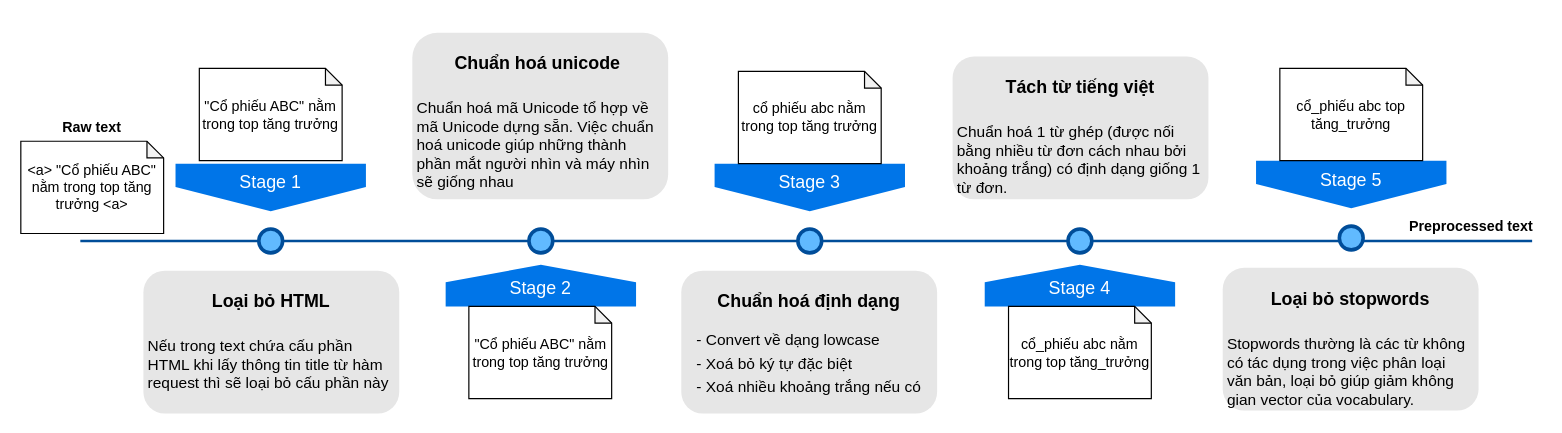
datkt1998/Text-Classification-of-News-Articles keeps this draw.io diagram as outputs/reports/Data preprocessing workflow.drawio. Above is the earlier version. Source tidied: cells renumbered, new cells numbered last; positions are measured from the earlier drawing's top-left corner, leaving out a move shared by most shapes. Both pictures are drawn from the tidied source at 119%, with x=0, y=0 at pixel (20, 32).
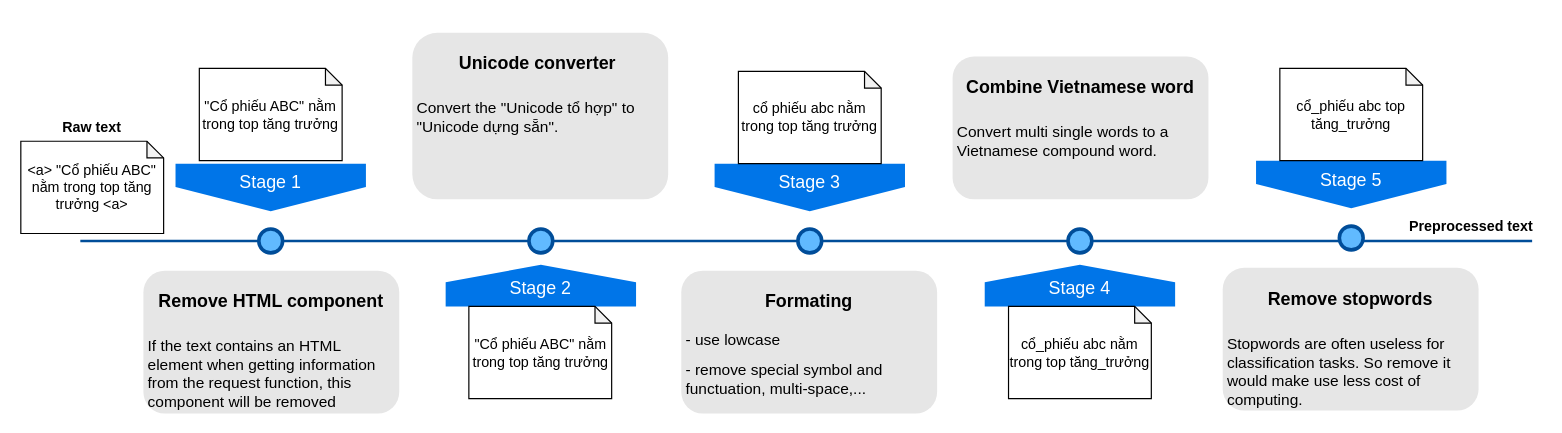
Above is the later version.

The edit, as a diff of the source:
```diff
@@
-    <mxCell id="11" value="&lt;h1&gt;&lt;font style=&quot;font-size: 15px;&quot;&gt;Loại bỏ HTML&lt;/font&gt;&lt;/h1&gt;&lt;p style=&quot;text-align: left;&quot;&gt;Nếu trong text chứa cấu phần HTML khi lấy thông tin title từ hàm request thì sẽ loại bỏ cấu phần này&lt;/p&gt;" style="text;html=1;spacing=5;spacingTop=-20;whiteSpace=wrap;overflow=hidden;strokeColor=none;strokeWidth=3;fillColor=#E6E6E6;fontSize=13;fontColor=#000000;align=center;rounded=1;" parent="1" vertex="1">
+    <mxCell id="11" value="&lt;h1&gt;&lt;font style=&quot;font-size: 15px;&quot;&gt;Remove HTML component&lt;/font&gt;&lt;/h1&gt;&lt;p style=&quot;text-align: left;&quot;&gt;If the text contains an HTML element when getting information from the request function, this component will be removed&lt;br&gt;&lt;/p&gt;" style="text;html=1;spacing=5;spacingTop=-20;whiteSpace=wrap;overflow=hidden;strokeColor=none;strokeWidth=3;fillColor=#E6E6E6;fontSize=13;fontColor=#000000;align=center;rounded=1;" parent="1" vertex="1">
       <mxGeometry x="103" y="200" width="215" height="120" as="geometry" />
     </mxCell>
-    <mxCell id="12" value="&lt;h1&gt;&lt;font style=&quot;font-size: 15px;&quot;&gt;Chuẩn hoá unicode&amp;nbsp;&lt;/font&gt;&lt;/h1&gt;&lt;p style=&quot;text-align: left;&quot;&gt;Chuẩn hoá mã Unicode tổ hợp về mã Unicode dựng sẵn. Việc chuẩn hoá unicode giúp những thành phần mắt người nhìn và máy nhìn sẽ giống nhau&amp;nbsp;&lt;/p&gt;" style="text;html=1;spacing=5;spacingTop=-20;whiteSpace=wrap;overflow=hidden;strokeColor=none;strokeWidth=3;fillColor=#E6E6E6;fontSize=13;fontColor=#000000;align=center;rounded=1;" parent="1" vertex="1">
+    <mxCell id="12" value="&lt;h1&gt;&lt;font style=&quot;font-size: 15px;&quot;&gt;Unicode converter&amp;nbsp;&lt;/font&gt;&lt;/h1&gt;&lt;p style=&quot;text-align: left;&quot;&gt;Convert the &quot;Unicode tổ hợp&quot; to &quot;Unicode dựng sẵn&quot;.&lt;/p&gt;" style="text;html=1;spacing=5;spacingTop=-20;whiteSpace=wrap;overflow=hidden;strokeColor=none;strokeWidth=3;fillColor=#E6E6E6;fontSize=13;fontColor=#000000;align=center;rounded=1;" parent="1" vertex="1">
       <mxGeometry x="329" width="215" height="140" as="geometry" />
     </mxCell>
-    <mxCell id="13" value="&lt;h1&gt;&lt;font style=&quot;font-size: 15px;&quot;&gt;Chuẩn hoá định dạng&lt;/font&gt;&lt;/h1&gt;&lt;p style=&quot;text-align: left; line-height: 50%;&quot;&gt;- Convert về dạng lowcase&lt;/p&gt;&lt;p style=&quot;text-align: left; line-height: 50%;&quot;&gt;- Xoá bỏ ký tự đặc biệt&lt;/p&gt;&lt;p style=&quot;text-align: left; line-height: 50%;&quot;&gt;- Xoá nhiều khoảng trắng nếu có&lt;/p&gt;" style="text;html=1;spacing=5;spacingTop=-20;whiteSpace=wrap;overflow=hidden;strokeColor=none;strokeWidth=3;fillColor=#E6E6E6;fontSize=13;fontColor=#000000;align=center;rounded=1;" parent="1" vertex="1">
+    <mxCell id="13" value="&lt;h1&gt;&lt;font style=&quot;font-size: 15px;&quot;&gt;Formating&lt;/font&gt;&lt;/h1&gt;&lt;p style=&quot;text-align: left; line-height: 50%;&quot;&gt;- use lowcase&lt;/p&gt;&lt;p style=&quot;text-align: left; line-height: 130%;&quot;&gt;- remove special symbol and functuation, multi-space,...&lt;/p&gt;" style="text;html=1;spacing=5;spacingTop=-20;whiteSpace=wrap;overflow=hidden;strokeColor=none;strokeWidth=3;fillColor=#E6E6E6;fontSize=13;fontColor=#000000;align=center;rounded=1;" parent="1" vertex="1">
       <mxGeometry x="555" y="200" width="215" height="120" as="geometry" />
     </mxCell>
-    <mxCell id="14" value="&lt;h1&gt;&lt;font style=&quot;font-size: 15px;&quot;&gt;Tách từ tiếng việt&lt;/font&gt;&lt;/h1&gt;&lt;p style=&quot;text-align: left;&quot;&gt;Chuẩn hoá 1 từ ghép (được nối bằng nhiều từ đơn cách nhau bởi khoảng trắng) có định dạng giống 1 từ đơn.&amp;nbsp;&lt;/p&gt;" style="text;html=1;spacing=5;spacingTop=-20;whiteSpace=wrap;overflow=hidden;strokeColor=none;strokeWidth=3;fillColor=#E6E6E6;fontSize=13;fontColor=#000000;align=center;rounded=1;" parent="1" vertex="1">
+    <mxCell id="14" value="&lt;h1&gt;&lt;font style=&quot;font-size: 15px;&quot;&gt;Combine Vietnamese word&lt;/font&gt;&lt;/h1&gt;&lt;p style=&quot;text-align: left;&quot;&gt;Convert multi single words to a Vietnamese compound word.&lt;/p&gt;" style="text;html=1;spacing=5;spacingTop=-20;whiteSpace=wrap;overflow=hidden;strokeColor=none;strokeWidth=3;fillColor=#E6E6E6;fontSize=13;fontColor=#000000;align=center;rounded=1;" parent="1" vertex="1">
       <mxGeometry x="783" y="20" width="215" height="120" as="geometry" />
     </mxCell>
@@
-    <mxCell id="17" value="&lt;h1&gt;&lt;font style=&quot;font-size: 15px;&quot;&gt;Loại bỏ stopwords&lt;/font&gt;&lt;/h1&gt;&lt;p style=&quot;text-align: left;&quot;&gt;Stopwords thường là các từ không có tác dụng trong việc phân loại văn bản, loại bỏ giúp giảm không gian vector của vocabulary.&lt;/p&gt;" style="text;html=1;spacing=5;spacingTop=-20;whiteSpace=wrap;overflow=hidden;strokeColor=none;strokeWidth=3;fillColor=#E6E6E6;fontSize=13;fontColor=#000000;align=center;rounded=1;" parent="1" vertex="1">
+    <mxCell id="17" value="&lt;h1&gt;&lt;font style=&quot;font-size: 15px;&quot;&gt;Remove stopwords&lt;/font&gt;&lt;/h1&gt;&lt;p style=&quot;text-align: left;&quot;&gt;Stopwords are often useless for classification tasks. So remove it would make use less cost of computing.&lt;/p&gt;" style="text;html=1;spacing=5;spacingTop=-20;whiteSpace=wrap;overflow=hidden;strokeColor=none;strokeWidth=3;fillColor=#E6E6E6;fontSize=13;fontColor=#000000;align=center;rounded=1;" parent="1" vertex="1">
       <mxGeometry x="1010" y="197.5" width="215" height="120" as="geometry" />
     </mxCell>
```
